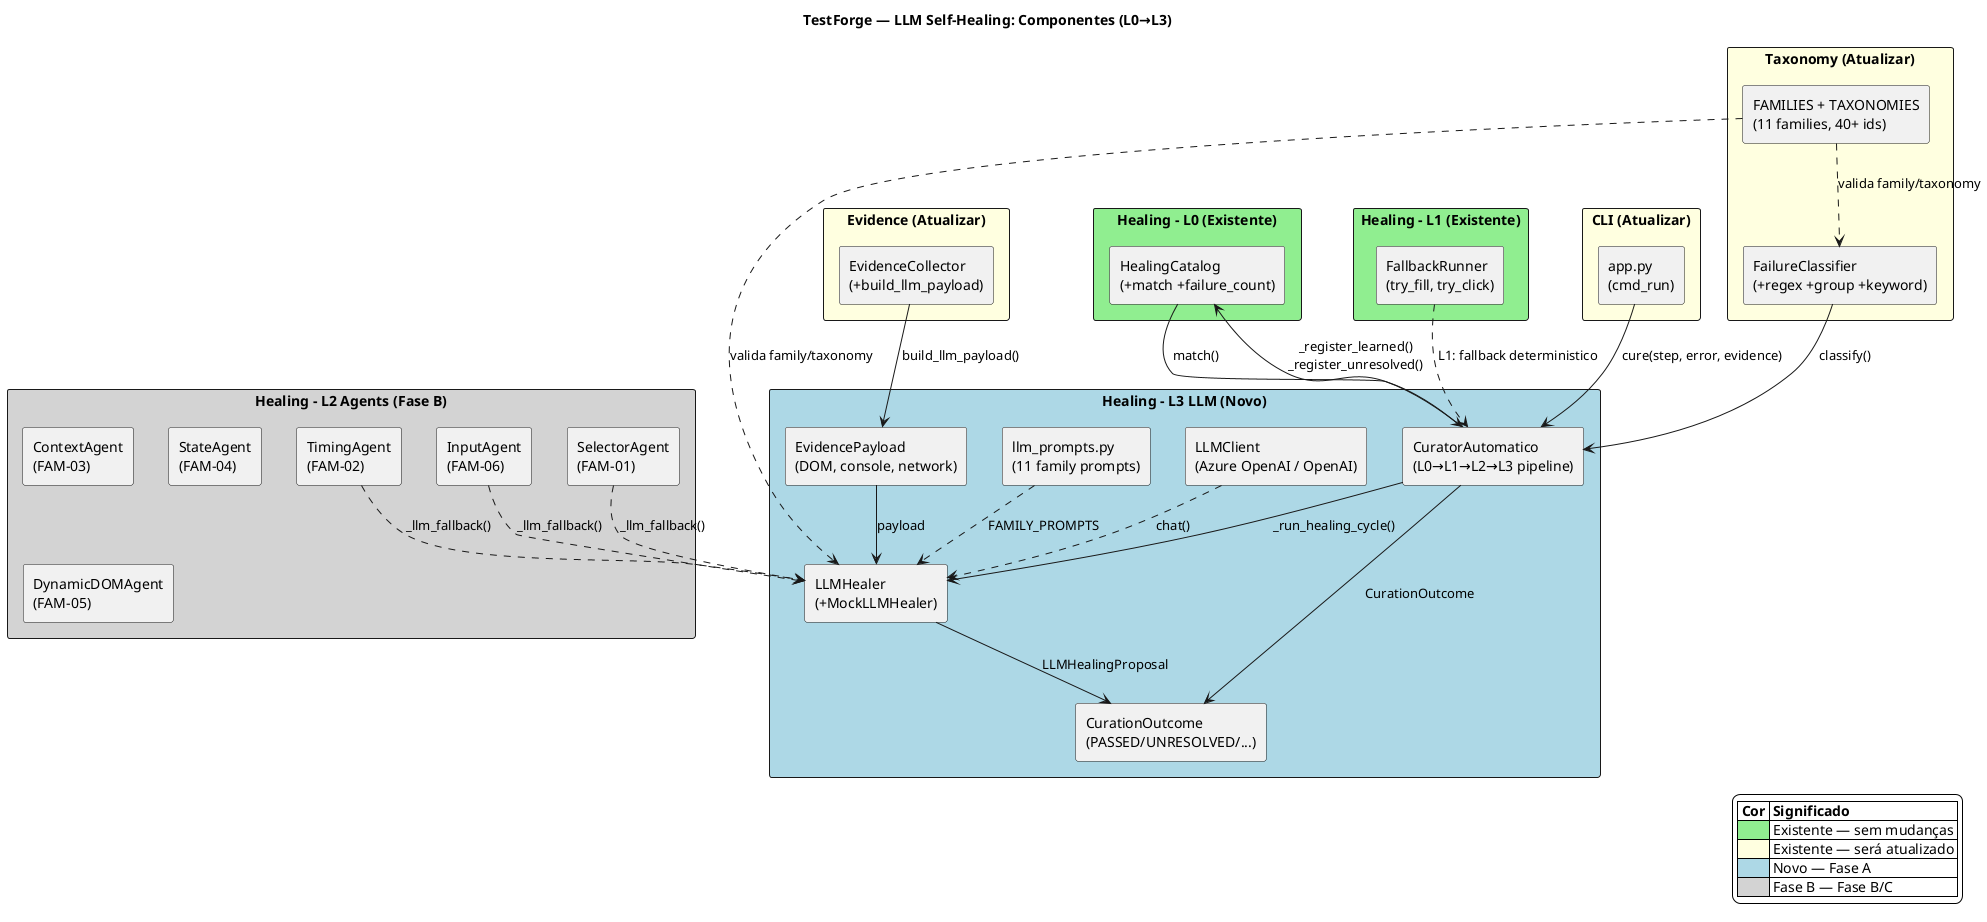
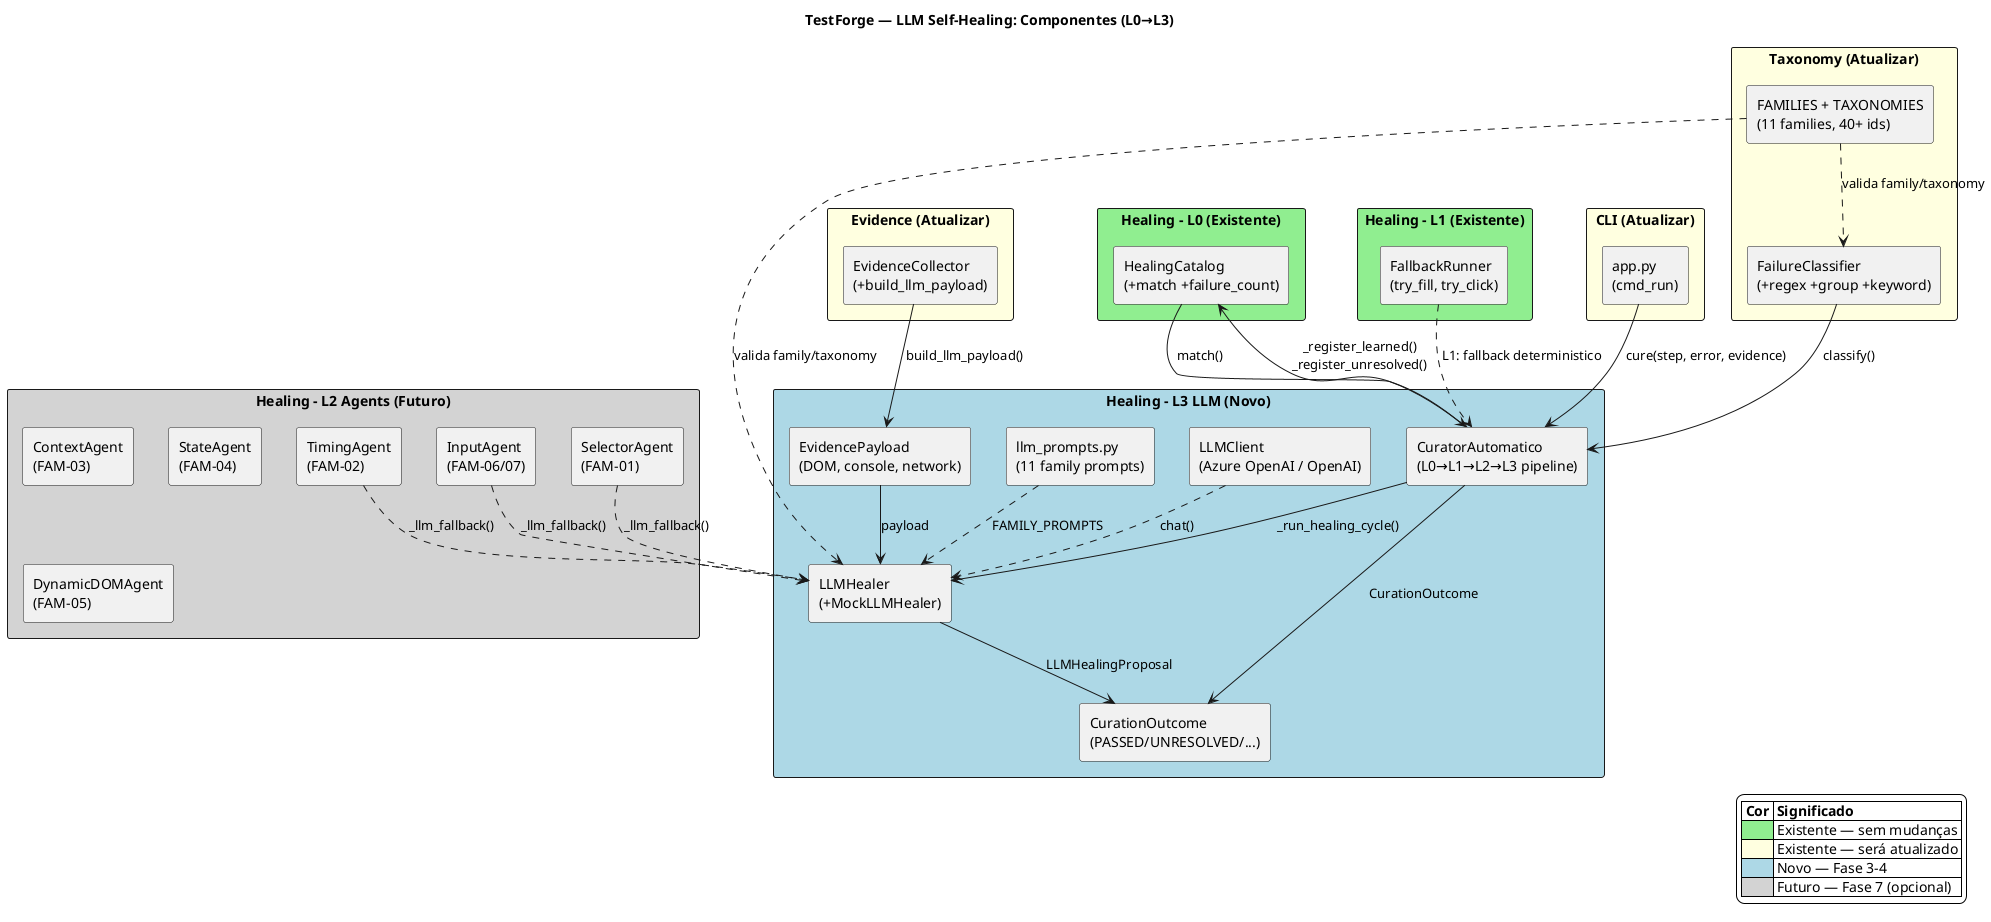
@startuml
title TestForge — LLM Self-Healing: Componentes (L0→L3)

skinparam packageStyle rectangle
skinparam backgroundColor #FFFFFF
skinparam componentStyle rectangle

' === Módulos existentes (atualizados) ===

package "Taxonomy (Atualizar)" as taxonomy #LightYellow {
  [FailureClassifier\n(+regex +group +keyword)] as FC
  [FAMILIES + TAXONOMIES\n(11 families, 40+ ids)] as FT
}

package "Evidence (Atualizar)" as evidence #LightYellow {
  [EvidenceCollector\n(+build_llm_payload)] as EC
}

package "Healing - L0 (Existente)" as l0 #LightGreen {
  [HealingCatalog\n(+match +failure_count)] as HC
}

package "Healing - L1 (Existente)" as l1 #LightGreen {
  [FallbackRunner\n(try_fill, try_click)] as FR
}

' === Novos módulos L3 ===

package "Healing - L3 LLM (Novo)" as l3 #LightBlue {
  [LLMClient\n(Azure OpenAI / OpenAI)] as LClient
  [LLMHealer\n(+MockLLMHealer)] as LHealer
  [llm_prompts.py\n(11 family prompts)] as LPrompts
  [EvidencePayload\n(DOM, console, network)] as EPayload
  [CuratorAutomatico\n(L0→L1→L2→L3 pipeline)] as Curator
  [CurationOutcome\n(PASSED/UNRESOLVED/...)] as COutcome
}

' === L2 Agents (Opcional) ===

- package "Healing - L2 Agents (Fase B)" as l2 #LightGray {
+ package "Healing - L2 Agents (Futuro)" as l2 #LightGray {
  [SelectorAgent\n(FAM-01)] as SA
  [TimingAgent\n(FAM-02)] as TA
-   [InputAgent\n(FAM-06)] as IA
+   [InputAgent\n(FAM-06/07)] as IA
  [ContextAgent\n(FAM-03)] as CA
  [StateAgent\n(FAM-04)] as StA
  [DynamicDOMAgent\n(FAM-05)] as DA
}

' === CLI ===

package "CLI (Atualizar)" as cli #LightYellow {
  [app.py\n(cmd_run)] as CMD
}

' === Dependências ===

CMD -down-> Curator : "cure(step, error, evidence)"
LClient ..> LHealer : "chat()"

EC -down-> EPayload : "build_llm_payload()"
EPayload -down-> LHealer : "payload"
LPrompts ..> LHealer : "FAMILY_PROMPTS"
LHealer -down-> COutcome : "LLMHealingProposal"

FC -down-> Curator : "classify()"
HC -down-> Curator : "match()"
FT ..> FC : "valida family/taxonomy"
FT ..> LHealer : "valida family/taxonomy"

Curator -down-> HC : "_register_learned()\n_register_unresolved()"
Curator -down-> LHealer : "_run_healing_cycle()"
Curator -down-> COutcome : "CurationOutcome"

FR ..> Curator : "L1: fallback deterministico"

SA ..> LHealer : "_llm_fallback()"
TA ..> LHealer : "_llm_fallback()"
IA ..> LHealer : "_llm_fallback()"

' === Legend ===

legend right
  |= Cor |= Significado |
  | <#LightGreen> | Existente — sem mudanças |
  | <#LightYellow> | Existente — será atualizado |
-   | <#LightBlue> | Novo — Fase A |
-   | <#LightGray> | Fase B — Fase B/C |
+   | <#LightBlue> | Novo — Fase 3-4 |
+   | <#LightGray> | Futuro — Fase 7 (opcional) |
endlegend

@enduml
